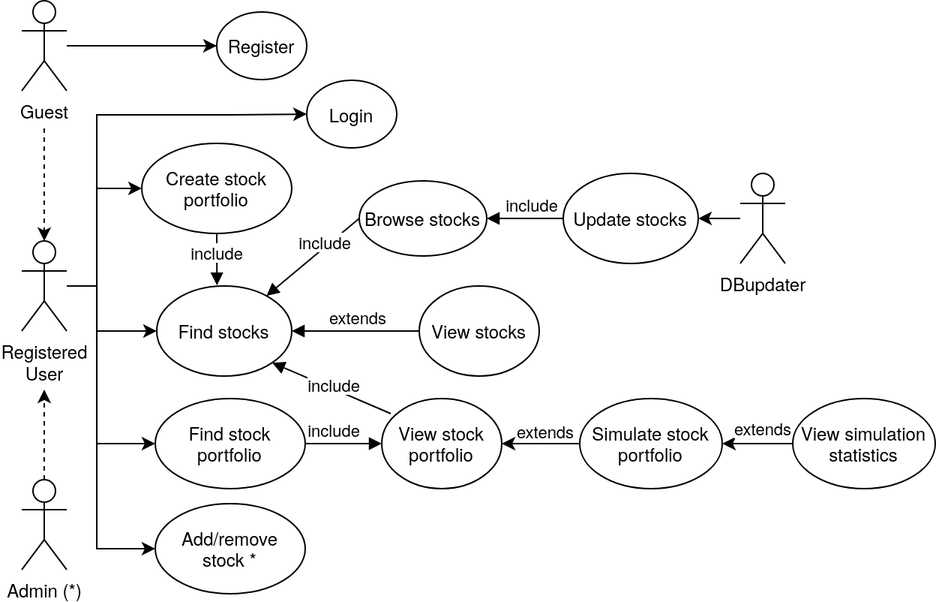
Before: documentation/uml/stocksim_UML_diagram.png, a diagram exported from draw.io (rambodrahmani/stocksim). Source tidied: cells renumbered, new cells last; positions are measured from the earlier drawing's top-left corner, leaving out a move shared by most shapes.
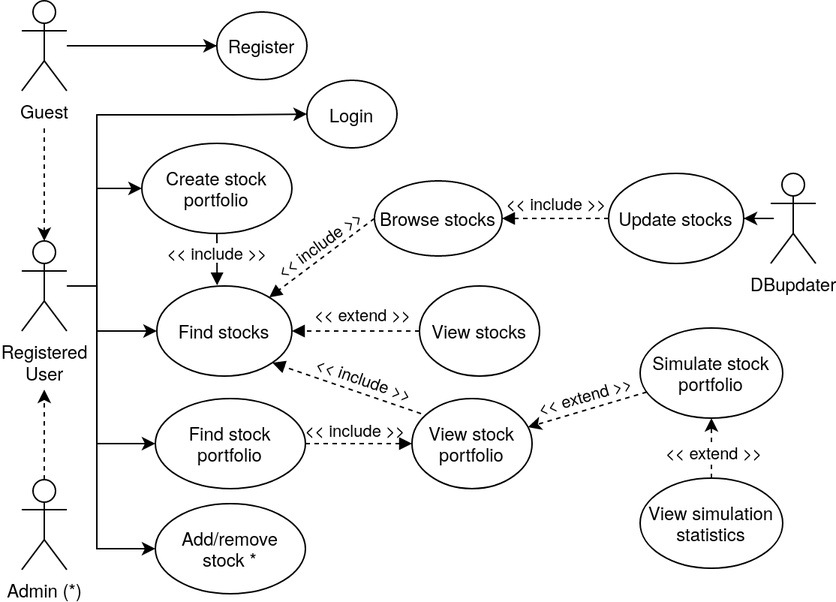
After the commit.

Commit message:
Update use case diagram.

Diff of the diagram source:
```diff
@@ -68,22 +68,22 @@
     <mxCell id="13" value="View stocks" style="ellipse;whiteSpace=wrap;html=1;" parent="1" vertex="1">
       <mxGeometry x="265" y="190" width="80" height="60" as="geometry" />
     </mxCell>
-    <mxCell id="14" value="extends" style="html=1;verticalAlign=bottom;endArrow=block;exitX=0;exitY=0.5;exitDx=0;exitDy=0;entryX=1;entryY=0.5;entryDx=0;entryDy=0;" parent="1" edge="1" source="13" target="11">
+    <mxCell id="14" style="html=1;verticalAlign=bottom;endArrow=block;exitX=0;exitY=0.5;exitDx=0;exitDy=0;entryX=1;entryY=0.5;entryDx=0;entryDy=0;dashed=1;" parent="1" edge="1" source="13" target="11">
       <mxGeometry x="-0.04" relative="1" as="geometry" />
     </mxCell>
     <mxCell id="15" value="View stock portfolio" style="ellipse;whiteSpace=wrap;html=1;" parent="1" vertex="1">
-      <mxGeometry x="240" y="265" width="80" height="60" as="geometry" />
+      <mxGeometry x="260" y="265" width="80" height="60" as="geometry" />
     </mxCell>
-    <mxCell id="16" value="include" style="html=1;verticalAlign=bottom;endArrow=block;exitX=1;exitY=0.5;exitDx=0;exitDy=0;entryX=0;entryY=0.5;entryDx=0;entryDy=0;" parent="1" edge="1" source="12" target="15">
+    <mxCell id="16" style="html=1;verticalAlign=bottom;endArrow=block;exitX=1;exitY=0.5;exitDx=0;exitDy=0;entryX=0;entryY=0.5;entryDx=0;entryDy=0;dashed=1;" parent="1" edge="1" source="12" target="15">
       <mxGeometry x="-0.25" relative="1" as="geometry" />
     </mxCell>
-    <mxCell id="17" value="include" style="html=1;verticalAlign=bottom;endArrow=block;exitX=0.075;exitY=0.167;exitDx=0;exitDy=0;entryX=1;entryY=1;entryDx=0;entryDy=0;exitPerimeter=0;" parent="1" edge="1" source="15" target="11">
+    <mxCell id="17" style="html=1;verticalAlign=bottom;endArrow=block;exitX=0.075;exitY=0.167;exitDx=0;exitDy=0;entryX=1;entryY=1;entryDx=0;entryDy=0;exitPerimeter=0;dashed=1;" parent="1" edge="1" source="15" target="11">
       <mxGeometry x="-0.08" y="6" relative="1" as="geometry" />
     </mxCell>
     <mxCell id="18" value="Create stock portfolio" style="ellipse;whiteSpace=wrap;html=1;" parent="1" vertex="1">
       <mxGeometry x="80" y="95" width="100" height="60" as="geometry" />
     </mxCell>
-    <mxCell id="19" value="include" style="html=1;verticalAlign=bottom;endArrow=block;entryX=0.446;entryY=-0.007;entryDx=0;entryDy=0;entryPerimeter=0;exitX=0.5;exitY=1;exitDx=0;exitDy=0;" parent="1" edge="1" source="18" target="11">
+    <mxCell id="19" style="html=1;verticalAlign=bottom;endArrow=block;entryX=0.446;entryY=-0.007;entryDx=0;entryDy=0;entryPerimeter=0;exitX=0.5;exitY=1;exitDx=0;exitDy=0;" parent="1" edge="1" source="18" target="11">
       <mxGeometry x="0.29" relative="1" as="geometry" />
     </mxCell>
     <mxCell id="20" value="&lt;div&gt;Add/remove&lt;/div&gt;&lt;div&gt;stock *&lt;br&gt;&lt;/div&gt;" style="ellipse;whiteSpace=wrap;html=1;" parent="1" vertex="1">
@@ -93,18 +93,18 @@
       <mxGeometry relative="1" as="geometry" />
     </mxCell>
     <mxCell id="22" value="&lt;div&gt;DBupdater&lt;/div&gt;" style="shape=umlActor;verticalLabelPosition=bottom;verticalAlign=top;html=1;" parent="1" vertex="1">
-      <mxGeometry x="479" y="115" width="30" height="60" as="geometry" />
+      <mxGeometry x="499" y="115" width="30" height="60" as="geometry" />
     </mxCell>
     <mxCell id="23" value="Browse stocks" style="ellipse;whiteSpace=wrap;html=1;" parent="1" vertex="1">
-      <mxGeometry x="225" y="120" width="85" height="50" as="geometry" />
+      <mxGeometry x="235" y="120" width="85" height="50" as="geometry" />
     </mxCell>
-    <mxCell id="24" value="include" style="html=1;verticalAlign=bottom;endArrow=block;exitX=0;exitY=0.5;exitDx=0;exitDy=0;" parent="1" edge="1" source="23" target="11">
+    <mxCell id="24" style="html=1;verticalAlign=bottom;endArrow=block;exitX=0;exitY=0.5;exitDx=0;exitDy=0;dashed=1;" parent="1" edge="1" source="23" target="11">
       <mxGeometry x="-0.16" y="4" relative="1" as="geometry" />
     </mxCell>
     <mxCell id="25" value="Update stocks" style="ellipse;whiteSpace=wrap;html=1;" parent="1" vertex="1">
-      <mxGeometry x="361" y="115" width="90" height="60" as="geometry" />
+      <mxGeometry x="391" y="115" width="90" height="60" as="geometry" />
     </mxCell>
-    <mxCell id="26" value="include" style="html=1;verticalAlign=bottom;endArrow=block;exitX=0;exitY=0.5;exitDx=0;exitDy=0;" parent="1" edge="1" source="25" target="23">
+    <mxCell id="26" style="html=1;verticalAlign=bottom;endArrow=block;exitX=0;exitY=0.5;exitDx=0;exitDy=0;dashed=1;" parent="1" edge="1" source="25" target="23">
       <mxGeometry x="-0.18" relative="1" as="geometry" />
     </mxCell>
     <mxCell id="27" style="edgeStyle=orthogonalEdgeStyle;rounded=0;jettySize=auto;html=1;entryX=0;entryY=0.5;entryDx=0;entryDy=0;" parent="1" edge="1" source="29" target="30">
@@ -126,27 +126,41 @@
     <mxCell id="30" value="Register" style="ellipse;whiteSpace=wrap;html=1;" parent="1" vertex="1">
       <mxGeometry x="130" y="7.5" width="60" height="45" as="geometry" />
     </mxCell>
-    <mxCell id="31" style="rounded=0;jettySize=auto;html=1;edgeStyle=orthogonalEdgeStyle;" parent="1" edge="1" source="33" target="15">
+    <mxCell id="31" style="rounded=0;jettySize=auto;html=1;dashed=1;" parent="1" edge="1" source="33" target="15">
       <mxGeometry relative="1" as="geometry" />
     </mxCell>
-    <mxCell id="32" value="extends" style="edgeLabel;html=1;align=center;verticalAlign=middle;" parent="31" vertex="1">
-      <mxGeometry x="-0.24" y="3" relative="1" as="geometry">
-        <mxPoint x="-3" y="-11" as="offset" />
-      </mxGeometry>
-    </mxCell>
     <mxCell id="33" value="Simulate stock portfolio" style="ellipse;whiteSpace=wrap;html=1;" parent="1" vertex="1">
-      <mxGeometry x="372" y="265" width="95" height="60" as="geometry" />
+      <mxGeometry x="412" y="218" width="95" height="60" as="geometry" />
     </mxCell>
-    <mxCell id="34" style="rounded=0;jettySize=auto;html=1;entryX=1;entryY=0.5;entryDx=0;entryDy=0;exitX=0;exitY=0.5;exitDx=0;exitDy=0;" parent="1" edge="1" source="36" target="33">
+    <mxCell id="34" style="rounded=0;jettySize=auto;html=1;entryX=0.5;entryY=1;entryDx=0;entryDy=0;exitX=0.5;exitY=0;exitDx=0;exitDy=0;dashed=1;" parent="1" edge="1" source="36" target="33">
       <mxGeometry relative="1" as="geometry" />
     </mxCell>
-    <mxCell id="35" value="extends" style="edgeLabel;html=1;align=center;verticalAlign=middle;" parent="34" vertex="1">
-      <mxGeometry x="-0.32" y="-1" relative="1" as="geometry">
-        <mxPoint x="-4.8" y="-9" as="offset" />
-      </mxGeometry>
-    </mxCell>
     <mxCell id="36" value="View simulation statistics" style="ellipse;whiteSpace=wrap;html=1;" parent="1" vertex="1">
-      <mxGeometry x="514" y="265" width="95" height="60" as="geometry" />
+      <mxGeometry x="412" y="318" width="95" height="60" as="geometry" />
     </mxCell>
+    <mxCell id="37" value="&amp;lt;&amp;lt; extend &amp;gt;&amp;gt;" style="edgeLabel;html=1;align=center;verticalAlign=middle;labelBackgroundColor=none;rotation=344;" parent="1" vertex="1">
+      <mxGeometry x="375" y="263" as="geometry" />
+    </mxCell>
+    <mxCell id="38" value="&amp;lt;&amp;lt; extend &amp;gt;&amp;gt;" style="edgeLabel;html=1;align=center;verticalAlign=middle;labelBackgroundColor=#ffffff;" parent="1" vertex="1">
+      <mxGeometry x="461" y="301" as="geometry" />
+    </mxCell>
+    <mxCell id="39" value="&amp;lt;&amp;lt; include &amp;gt;&amp;gt;" style="edgeLabel;html=1;align=center;verticalAlign=middle;labelBackgroundColor=none;" parent="1" vertex="1">
+      <mxGeometry x="222" y="286" as="geometry" />
+    </mxCell>
+    <mxCell id="40" value="&amp;lt;&amp;lt; include &amp;gt;&amp;gt;" style="edgeLabel;html=1;align=center;verticalAlign=middle;labelBackgroundColor=none;rotation=19;" parent="1" vertex="1">
+      <mxGeometry x="228" y="252" as="geometry" />
+    </mxCell>
+    <mxCell id="41" value="&amp;lt;&amp;lt; extend &amp;gt;&amp;gt;" style="edgeLabel;html=1;align=center;verticalAlign=middle;labelBackgroundColor=none;" parent="1" vertex="1">
+      <mxGeometry x="227" y="209" as="geometry" />
+    </mxCell>
+    <mxCell id="42" value="&amp;lt;&amp;lt; include &amp;gt;&amp;gt;" style="edgeLabel;html=1;align=center;verticalAlign=middle;labelBackgroundColor=none;rotation=0;" parent="1" vertex="1">
+      <mxGeometry x="356" y="135" as="geometry" />
+    </mxCell>
+    <mxCell id="43" value="&amp;lt;&amp;lt; include &amp;gt;&amp;gt;" style="edgeLabel;html=1;align=center;verticalAlign=middle;labelBackgroundColor=#ffffff;rotation=0;" parent="1" vertex="1">
+      <mxGeometry x="130" y="168" as="geometry" />
+    </mxCell>
+    <mxCell id="44" value="&amp;lt;&amp;lt; include &amp;gt;&amp;gt;" style="edgeLabel;html=1;align=center;verticalAlign=middle;labelBackgroundColor=none;rotation=324;" parent="1" vertex="1">
+      <mxGeometry x="198" y="162" as="geometry" />
+    </mxCell>
   </root>
 </mxGraphModel>
```
